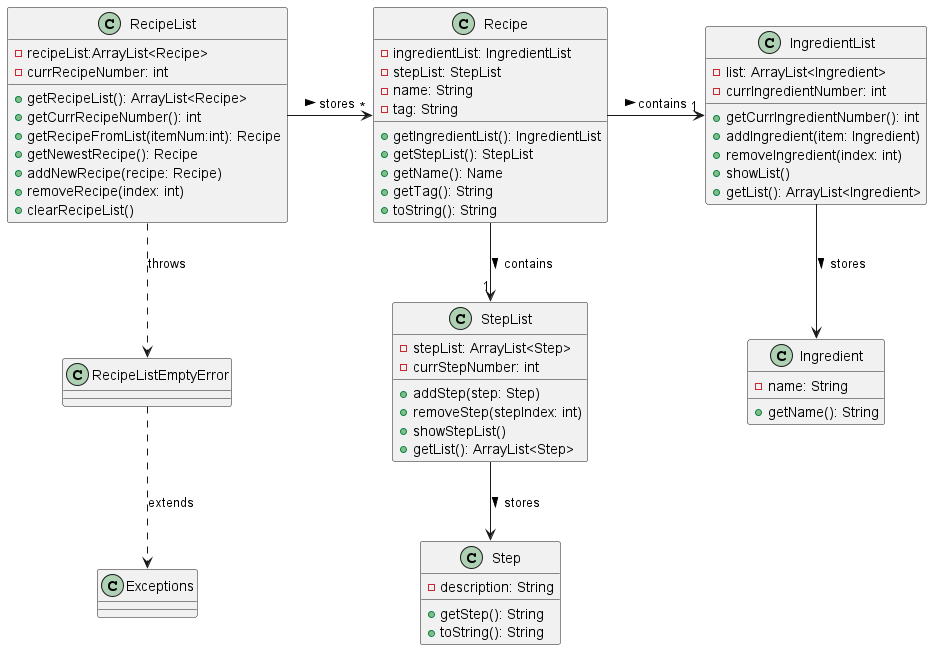
The PlantUML diagram docs/PlantUML/RecipeListComponent.png in nus-cs2113-AY2223S2/tp, before a commit.
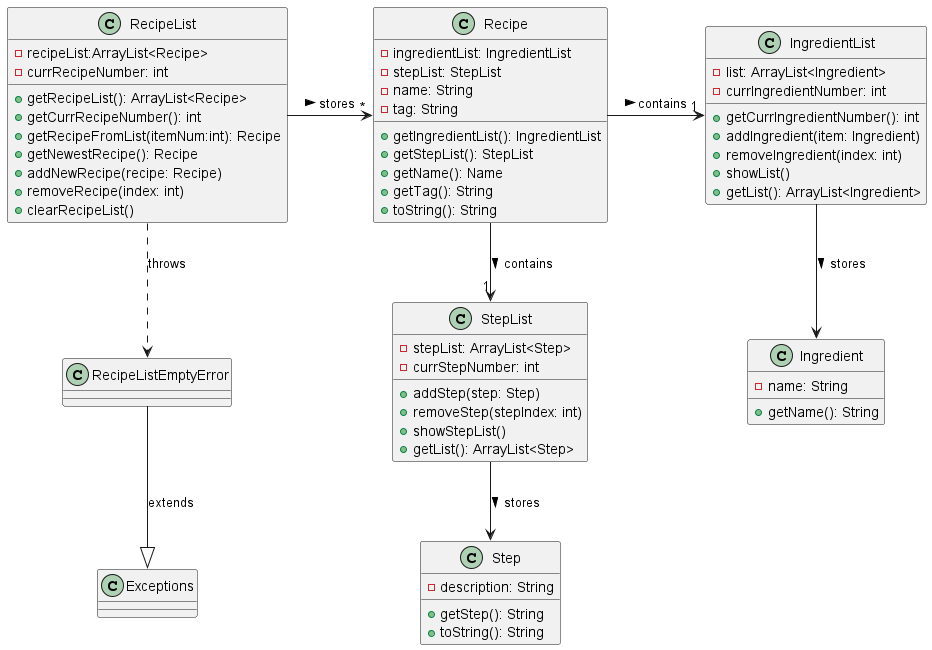
The same file after the commit.

Commit message:
minor edit to exceptions arrow

Diff of the diagram source:
```diff
@@ -63,5 +63,5 @@
 IngredientList --> Ingredient : stores >
 StepList --> Step : stores >
 RecipeList ..> RecipeListEmptyError : throws
-RecipeListEmptyError ..> Exceptions : extends
+RecipeListEmptyError --|> Exceptions : extends
 @enduml
```
